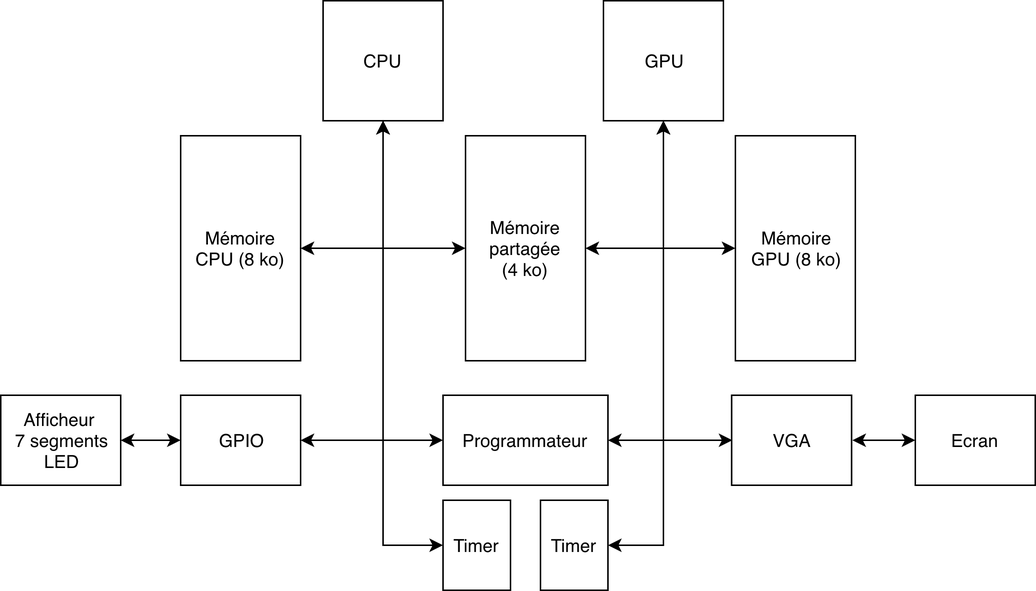
Before: doc/schema_and_logo/procexeirbArchiVHDL.png, a diagram exported from draw.io (Devdevdavid/ProceXeirb). Source tidied: cells renumbered, new cells last; positions are measured from the earlier drawing's top-left corner, leaving out a move shared by most shapes.
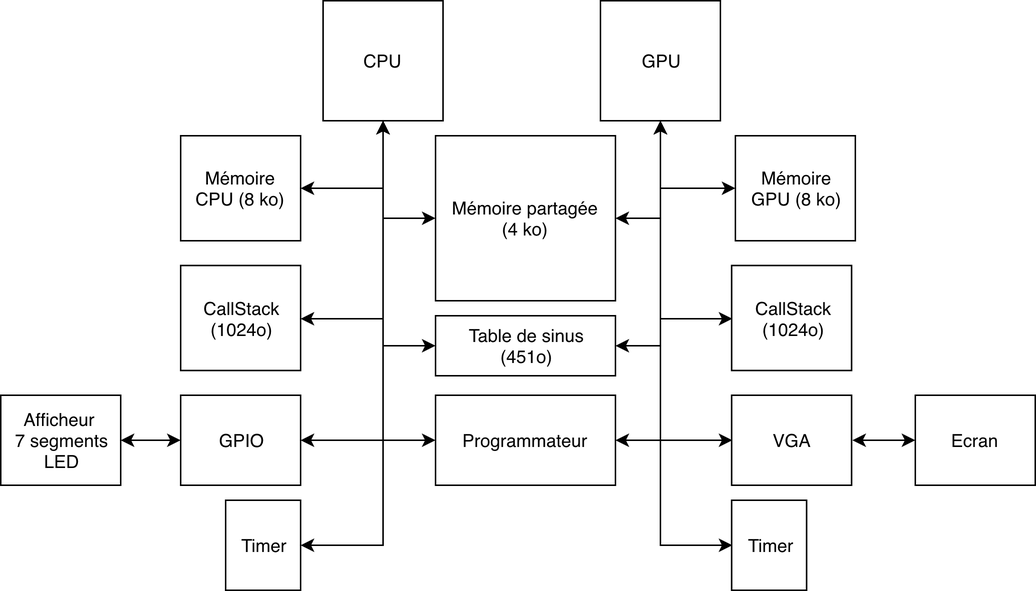
The same diagram one commit later.

Commit message:
Update schematic, Add Report V1.0, Update Makefile for prez

The edit, as a diff of the source:
```diff
@@ -2,11 +2,29 @@
   <root>
     <mxCell id="0" />
     <mxCell id="1" parent="0" />
+    <mxCell id="26" style="edgeStyle=orthogonalEdgeStyle;rounded=0;jettySize=auto;html=1;exitX=0.5;exitY=1;exitDx=0;exitDy=0;entryX=0;entryY=0.5;entryDx=0;entryDy=0;" parent="1" edge="1" source="2" target="33">
+      <mxGeometry relative="1" as="geometry" />
+    </mxCell>
+    <mxCell id="27" style="edgeStyle=orthogonalEdgeStyle;rounded=0;jettySize=auto;html=1;exitX=0.5;exitY=1;exitDx=0;exitDy=0;entryX=1;entryY=0.5;entryDx=0;entryDy=0;" parent="1" edge="1" source="2" target="34">
+      <mxGeometry relative="1" as="geometry" />
+    </mxCell>
+    <mxCell id="28" style="edgeStyle=orthogonalEdgeStyle;rounded=0;jettySize=auto;html=1;exitX=0.5;exitY=1;exitDx=0;exitDy=0;entryX=1;entryY=0.5;entryDx=0;entryDy=0;" parent="1" edge="1" source="2" target="23">
+      <mxGeometry relative="1" as="geometry" />
+    </mxCell>
     <mxCell id="2" value="CPU" style="rounded=0;whiteSpace=wrap;html=1;" parent="1" vertex="1">
       <mxGeometry x="215" width="80" height="80" as="geometry" />
     </mxCell>
+    <mxCell id="29" style="edgeStyle=orthogonalEdgeStyle;rounded=0;jettySize=auto;html=1;exitX=0.5;exitY=1;exitDx=0;exitDy=0;entryX=1;entryY=0.5;entryDx=0;entryDy=0;" parent="1" edge="1" source="3" target="33">
+      <mxGeometry relative="1" as="geometry" />
+    </mxCell>
+    <mxCell id="30" style="edgeStyle=orthogonalEdgeStyle;rounded=0;jettySize=auto;html=1;exitX=0.5;exitY=1;exitDx=0;exitDy=0;entryX=0;entryY=0.5;entryDx=0;entryDy=0;" parent="1" edge="1" source="3" target="35">
+      <mxGeometry relative="1" as="geometry" />
+    </mxCell>
+    <mxCell id="31" style="edgeStyle=orthogonalEdgeStyle;rounded=0;jettySize=auto;html=1;exitX=0.5;exitY=1;exitDx=0;exitDy=0;entryX=0;entryY=0.5;entryDx=0;entryDy=0;" parent="1" edge="1" source="3" target="25">
+      <mxGeometry relative="1" as="geometry" />
+    </mxCell>
     <mxCell id="3" value="GPU" style="rounded=0;whiteSpace=wrap;html=1;" parent="1" vertex="1">
-      <mxGeometry x="402" width="80" height="80" as="geometry" />
+      <mxGeometry x="400" width="80" height="80" as="geometry" />
     </mxCell>
     <mxCell id="4" style="edgeStyle=orthogonalEdgeStyle;rounded=0;jettySize=auto;html=1;exitX=0;exitY=0.5;exitDx=0;exitDy=0;startArrow=classic;startFill=1;" parent="1" edge="1" source="6" target="2">
       <mxGeometry relative="1" as="geometry" />
@@ -15,19 +33,19 @@
       <mxGeometry relative="1" as="geometry" />
     </mxCell>
     <mxCell id="6" value="Mémoire partagée&lt;br&gt;(4 ko)&lt;br&gt;" style="rounded=0;whiteSpace=wrap;html=1;" parent="1" vertex="1">
-      <mxGeometry x="310" y="90" width="80" height="150" as="geometry" />
+      <mxGeometry x="290" y="90" width="120" height="110" as="geometry" />
     </mxCell>
     <mxCell id="7" style="edgeStyle=orthogonalEdgeStyle;rounded=0;jettySize=auto;html=1;exitX=0;exitY=0.5;exitDx=0;exitDy=0;startArrow=classic;startFill=1;" parent="1" edge="1" source="8" target="3">
       <mxGeometry relative="1" as="geometry" />
     </mxCell>
     <mxCell id="8" value="Mémoire&lt;br&gt;GPU (8 ko)&lt;br&gt;" style="rounded=0;whiteSpace=wrap;html=1;" parent="1" vertex="1">
-      <mxGeometry x="490" y="90" width="80" height="150" as="geometry" />
+      <mxGeometry x="490" y="90" width="80" height="70" as="geometry" />
     </mxCell>
     <mxCell id="9" style="edgeStyle=orthogonalEdgeStyle;rounded=0;jettySize=auto;html=1;startArrow=classic;startFill=1;" parent="1" edge="1" source="10" target="2">
       <mxGeometry relative="1" as="geometry" />
     </mxCell>
     <mxCell id="10" value="Mémoire&lt;br&gt;CPU (8 ko)&lt;br&gt;" style="rounded=0;whiteSpace=wrap;html=1;" parent="1" vertex="1">
-      <mxGeometry x="120" y="90" width="80" height="150" as="geometry" />
+      <mxGeometry x="120" y="90" width="80" height="70" as="geometry" />
     </mxCell>
     <mxCell id="11" style="edgeStyle=orthogonalEdgeStyle;rounded=0;jettySize=auto;html=1;exitX=1;exitY=0.5;exitDx=0;exitDy=0;startArrow=classic;startFill=1;" parent="1" edge="1" source="12" target="2">
       <mxGeometry relative="1" as="geometry" />
@@ -41,6 +59,11 @@
     <mxCell id="14" value="Afficheur &lt;br&gt;7 segments&lt;br&gt;LED&lt;br&gt;" style="rounded=0;whiteSpace=wrap;html=1;" parent="1" vertex="1">
       <mxGeometry y="263" width="80" height="60" as="geometry" />
     </mxCell>
+    <mxCell id="32" style="edgeStyle=orthogonalEdgeStyle;rounded=0;orthogonalLoop=1;jettySize=auto;html=1;exitX=1;exitY=0.5;exitDx=0;exitDy=0;entryX=0;entryY=0.5;entryDx=0;entryDy=0;startArrow=classic;startFill=1;" parent="1" edge="1">
+      <mxGeometry relative="1" as="geometry">
+        <mxPoint x="120" y="293" as="targetPoint" />
+      </mxGeometry>
+    </mxCell>
     <mxCell id="15" style="edgeStyle=orthogonalEdgeStyle;rounded=0;jettySize=auto;html=1;exitX=0;exitY=0.5;exitDx=0;exitDy=0;startArrow=classic;startFill=1;" parent="1" edge="1" source="17" target="2">
       <mxGeometry relative="1" as="geometry" />
     </mxCell>
@@ -48,7 +71,7 @@
       <mxGeometry relative="1" as="geometry" />
     </mxCell>
     <mxCell id="17" value="Programmateur&lt;br&gt;" style="rounded=0;whiteSpace=wrap;html=1;" parent="1" vertex="1">
-      <mxGeometry x="295" y="263" width="110" height="60" as="geometry" />
+      <mxGeometry x="290" y="263" width="120" height="60" as="geometry" />
     </mxCell>
     <mxCell id="18" style="edgeStyle=orthogonalEdgeStyle;rounded=0;jettySize=auto;html=1;exitX=0;exitY=0.5;exitDx=0;exitDy=0;startArrow=classic;startFill=1;" parent="1" edge="1" source="20" target="3">
       <mxGeometry relative="1" as="geometry" />
@@ -62,17 +85,20 @@
     <mxCell id="21" value="Ecran&lt;br&gt;" style="rounded=0;whiteSpace=wrap;html=1;" parent="1" vertex="1">
       <mxGeometry x="610" y="263" width="80" height="60" as="geometry" />
     </mxCell>
-    <mxCell id="22" style="edgeStyle=orthogonalEdgeStyle;rounded=0;jettySize=auto;html=1;exitX=0;exitY=0.5;exitDx=0;exitDy=0;entryX=0.5;entryY=1;entryDx=0;entryDy=0;startArrow=classic;startFill=1;" parent="1" edge="1" source="23" target="2">
-      <mxGeometry relative="1" as="geometry" />
-    </mxCell>
     <mxCell id="23" value="Timer&lt;br&gt;" style="rounded=0;whiteSpace=wrap;html=1;" parent="1" vertex="1">
-      <mxGeometry x="295" y="333" width="45" height="60" as="geometry" />
+      <mxGeometry x="150" y="333" width="50" height="60" as="geometry" />
     </mxCell>
-    <mxCell id="24" style="edgeStyle=orthogonalEdgeStyle;rounded=0;jettySize=auto;html=1;exitX=1;exitY=0.5;exitDx=0;exitDy=0;startArrow=classic;startFill=1;" parent="1" edge="1" source="25" target="3">
-      <mxGeometry relative="1" as="geometry" />
-    </mxCell>
     <mxCell id="25" value="Timer&lt;br&gt;" style="rounded=0;whiteSpace=wrap;html=1;" parent="1" vertex="1">
-      <mxGeometry x="360" y="333" width="45" height="60" as="geometry" />
+      <mxGeometry x="487.5" y="333" width="50" height="60" as="geometry" />
     </mxCell>
+    <mxCell id="33" value="Table de sinus&lt;br&gt;(451o)&lt;br&gt;" style="rounded=0;whiteSpace=wrap;html=1;" parent="1" vertex="1">
+      <mxGeometry x="290" y="210" width="120" height="40" as="geometry" />
+    </mxCell>
+    <mxCell id="34" value="CallStack&lt;br&gt;(1024o)&lt;br&gt;" style="rounded=0;whiteSpace=wrap;html=1;" parent="1" vertex="1">
+      <mxGeometry x="120" y="176.5" width="80" height="70" as="geometry" />
+    </mxCell>
+    <mxCell id="35" value="CallStack&lt;br&gt;(1024o)&lt;br&gt;" style="rounded=0;whiteSpace=wrap;html=1;" parent="1" vertex="1">
+      <mxGeometry x="487.5" y="176.5" width="80" height="70" as="geometry" />
+    </mxCell>
   </root>
 </mxGraphModel>
```
